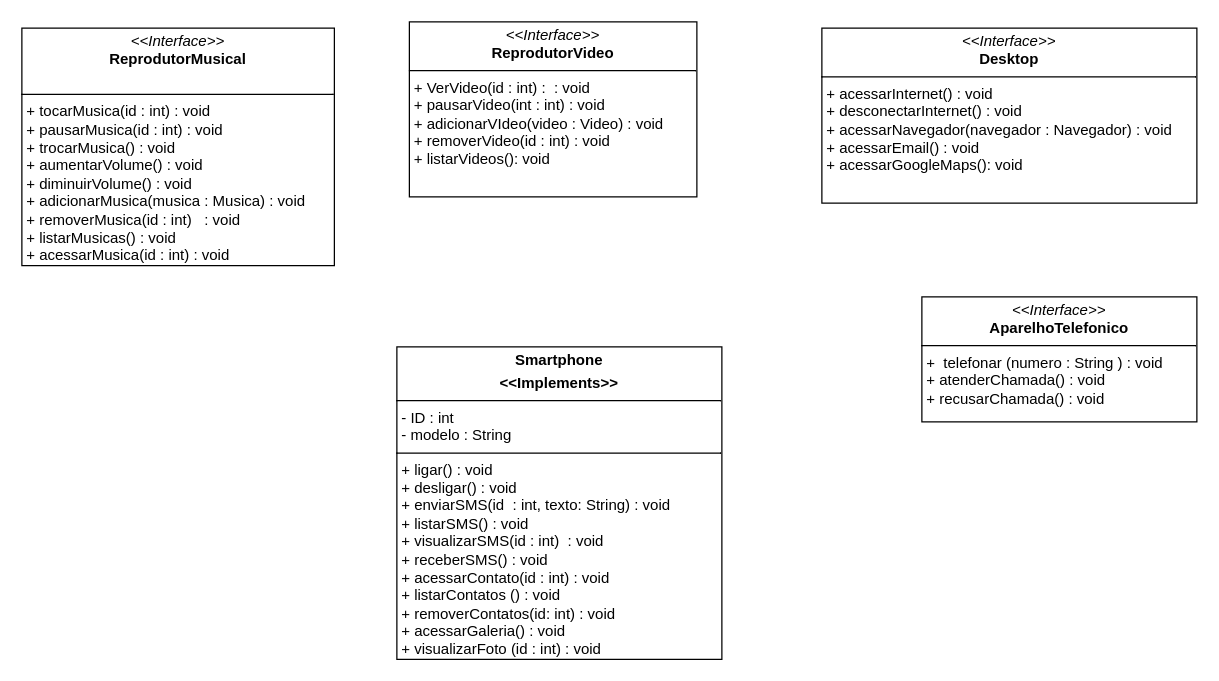
Natan-Ferreira23/treinos-diagramas keeps this draw.io diagram as Diagrama sem nome.drawio. Above is the earlier version. Source tidied: cells renumbered, new cells numbered last; positions are measured from the earlier drawing's top-left corner, leaving out a move shared by most shapes. Both pictures are drawn from the tidied source at 125%, with x=0, y=0 at pixel (21, 21).
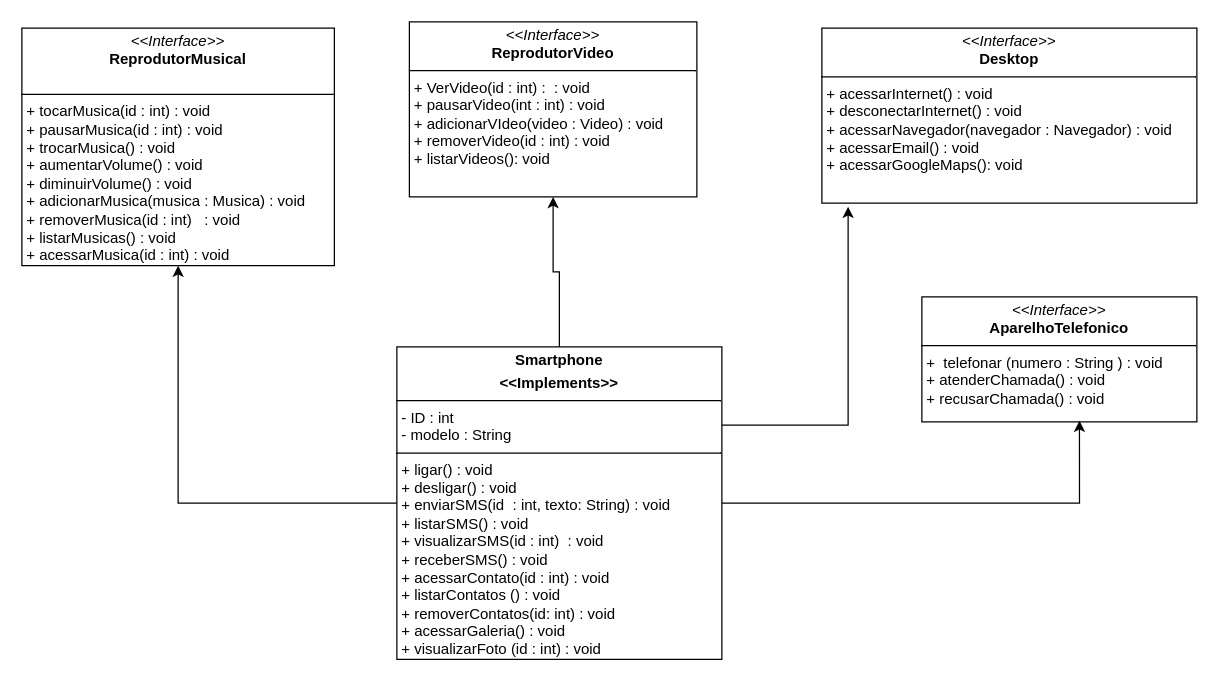
The same diagram, later.

The edit, as a diff of the source:
```diff
@@
 <mxGraphModel>
   <root>
     <mxCell id="0" />
     <mxCell id="1" parent="0" />
+    <mxCell id="7" style="edgeStyle=orthogonalEdgeStyle;rounded=0;jettySize=auto;html=1;exitX=0;exitY=0.5;exitDx=0;exitDy=0;" parent="1" edge="1" source="2" target="3">
+      <mxGeometry relative="1" as="geometry" />
+    </mxCell>
+    <mxCell id="8" style="edgeStyle=orthogonalEdgeStyle;rounded=0;jettySize=auto;html=1;exitX=0.5;exitY=0;exitDx=0;exitDy=0;entryX=0.5;entryY=1;entryDx=0;entryDy=0;" parent="1" edge="1" source="2" target="5">
+      <mxGeometry relative="1" as="geometry" />
+    </mxCell>
     <mxCell id="2" value="&lt;p style=&quot;margin:0px;margin-top:4px;text-align:center;&quot;&gt;&lt;b&gt;Smartphone&lt;/b&gt;&lt;/p&gt;&lt;p style=&quot;margin:0px;margin-top:4px;text-align:center;&quot;&gt;&lt;b&gt;&amp;lt;&amp;lt;Implements&amp;gt;&amp;gt;&lt;/b&gt;&lt;/p&gt;&lt;hr size=&quot;1&quot; style=&quot;border-style:solid;&quot;&gt;&lt;p style=&quot;margin:0px;margin-left:4px;&quot;&gt;- ID : int&lt;/p&gt;&lt;p style=&quot;margin:0px;margin-left:4px;&quot;&gt;&lt;span style=&quot;background-color: transparent; color: light-dark(rgb(0, 0, 0), rgb(255, 255, 255));&quot;&gt;- modelo : String&lt;/span&gt;&lt;/p&gt;&lt;hr size=&quot;1&quot; style=&quot;border-style:solid;&quot;&gt;&lt;p style=&quot;margin:0px;margin-left:4px;&quot;&gt;+ ligar() : void&lt;/p&gt;&lt;p style=&quot;margin:0px;margin-left:4px;&quot;&gt;+ desligar() : void&lt;/p&gt;&lt;p style=&quot;margin: 0px 0px 0px 4px;&quot;&gt;&lt;span style=&quot;background-color: transparent; color: light-dark(rgb(0, 0, 0), rgb(255, 255, 255));&quot;&gt;+ enviarSMS(id&amp;nbsp; : int, texto: String) : void&amp;nbsp;&lt;/span&gt;&lt;/p&gt;&lt;p style=&quot;margin: 0px 0px 0px 4px;&quot;&gt;&lt;span style=&quot;background-color: transparent; color: light-dark(rgb(0, 0, 0), rgb(255, 255, 255));&quot;&gt;+ listarSMS() : void&lt;/span&gt;&lt;/p&gt;&lt;p style=&quot;margin: 0px 0px 0px 4px;&quot;&gt;&lt;span style=&quot;background-color: transparent; color: light-dark(rgb(0, 0, 0), rgb(255, 255, 255));&quot;&gt;+ visualizarSMS(id : int)&amp;nbsp; : void&lt;/span&gt;&lt;/p&gt;&lt;p style=&quot;margin: 0px 0px 0px 4px;&quot;&gt;&lt;span style=&quot;background-color: transparent; color: light-dark(rgb(0, 0, 0), rgb(255, 255, 255));&quot;&gt;+ receberSMS() : void&lt;/span&gt;&lt;/p&gt;&lt;p style=&quot;margin: 0px 0px 0px 4px;&quot;&gt;&lt;span style=&quot;background-color: transparent; color: light-dark(rgb(0, 0, 0), rgb(255, 255, 255));&quot;&gt;+ acessarContato(id : int) : void&amp;nbsp;&lt;/span&gt;&lt;/p&gt;&lt;p style=&quot;margin:0px;margin-left:4px;&quot;&gt;+ listarContatos () : void&lt;/p&gt;&lt;p style=&quot;margin:0px;margin-left:4px;&quot;&gt;+ removerContatos(id: int) : void&lt;/p&gt;&lt;p style=&quot;margin:0px;margin-left:4px;&quot;&gt;+ acessarGaleria() : void&lt;/p&gt;&lt;p style=&quot;margin:0px;margin-left:4px;&quot;&gt;+ visualizarFoto (id : int) : void&lt;/p&gt;" style="verticalAlign=top;align=left;overflow=fill;html=1;whiteSpace=wrap;" parent="1" vertex="1">
       <mxGeometry x="300" y="260" width="260" height="250" as="geometry" />
     </mxCell>
     <mxCell id="3" value="&lt;p style=&quot;margin:0px;margin-top:4px;text-align:center;&quot;&gt;&lt;i&gt;&amp;lt;&amp;lt;Interface&amp;gt;&amp;gt;&lt;/i&gt;&lt;br&gt;&lt;b&gt;ReprodutorMusical&lt;/b&gt;&lt;/p&gt;&lt;p style=&quot;margin:0px;margin-left:4px;&quot;&gt;&lt;br&gt;&lt;/p&gt;&lt;hr size=&quot;1&quot; style=&quot;border-style:solid;&quot;&gt;&lt;p style=&quot;margin:0px;margin-left:4px;&quot;&gt;+ tocarMusica(id : int) : void&lt;br&gt;+ pausarMusica(id : int) : void&lt;/p&gt;&lt;p style=&quot;margin:0px;margin-left:4px;&quot;&gt;+ trocarMusica() : void&lt;/p&gt;&lt;p style=&quot;margin:0px;margin-left:4px;&quot;&gt;+ aumentarVolume() : void&lt;/p&gt;&lt;p style=&quot;margin:0px;margin-left:4px;&quot;&gt;+ diminuirVolume() : void&lt;/p&gt;&lt;p style=&quot;margin:0px;margin-left:4px;&quot;&gt;+ adicionarMusica(musica : Musica) : void&lt;/p&gt;&lt;p style=&quot;margin:0px;margin-left:4px;&quot;&gt;+ removerMusica(id : int)&amp;nbsp; &amp;nbsp;: void&lt;/p&gt;&lt;p style=&quot;margin:0px;margin-left:4px;&quot;&gt;+ listarMusicas() : void&lt;/p&gt;&lt;p style=&quot;margin:0px;margin-left:4px;&quot;&gt;+ acessarMusica(id : int) : void&lt;/p&gt;" style="verticalAlign=top;align=left;overflow=fill;html=1;whiteSpace=wrap;" parent="1" vertex="1">
       <mxGeometry y="5" width="250" height="190" as="geometry" />
     </mxCell>
     <mxCell id="4" value="&lt;p style=&quot;margin:0px;margin-top:4px;text-align:center;&quot;&gt;&lt;i&gt;&amp;lt;&amp;lt;Interface&amp;gt;&amp;gt;&lt;/i&gt;&lt;br&gt;&lt;b&gt;AparelhoTelefonico&lt;/b&gt;&lt;/p&gt;&lt;hr size=&quot;1&quot; style=&quot;border-style:solid;&quot;&gt;&lt;p style=&quot;margin:0px;margin-left:4px;&quot;&gt;&lt;/p&gt;&lt;p style=&quot;margin:0px;margin-left:4px;&quot;&gt;&lt;span style=&quot;background-color: transparent; color: light-dark(rgb(0, 0, 0), rgb(255, 255, 255));&quot;&gt;+&amp;nbsp; telefonar (numero : String ) : void&lt;/span&gt;&lt;br&gt;&lt;/p&gt;&lt;p style=&quot;margin:0px;margin-left:4px;&quot;&gt;&lt;span style=&quot;background-color: transparent; color: light-dark(rgb(0, 0, 0), rgb(255, 255, 255));&quot;&gt;+ atenderChamada() : void&lt;/span&gt;&lt;/p&gt;&lt;p style=&quot;margin:0px;margin-left:4px;&quot;&gt;&lt;span style=&quot;background-color: transparent; color: light-dark(rgb(0, 0, 0), rgb(255, 255, 255));&quot;&gt;+ recusarChamada() : void&lt;/span&gt;&lt;/p&gt;&lt;p style=&quot;margin:0px;margin-left:4px;&quot;&gt;&lt;br&gt;&lt;/p&gt;&lt;p style=&quot;margin:0px;margin-left:4px;&quot;&gt;&lt;br&gt;&lt;/p&gt;" style="verticalAlign=top;align=left;overflow=fill;html=1;whiteSpace=wrap;" parent="1" vertex="1">
       <mxGeometry x="720" y="220" width="220" height="100" as="geometry" />
     </mxCell>
     <mxCell id="5" value="&lt;p style=&quot;margin:0px;margin-top:4px;text-align:center;&quot;&gt;&lt;i&gt;&amp;lt;&amp;lt;Interface&amp;gt;&amp;gt;&lt;/i&gt;&lt;br&gt;&lt;b&gt;ReprodutorVideo&lt;/b&gt;&lt;/p&gt;&lt;hr size=&quot;1&quot; style=&quot;border-style:solid;&quot;&gt;&lt;p style=&quot;margin:0px;margin-left:4px;&quot;&gt;+ VerVideo(id : int) :&amp;nbsp; : void&lt;/p&gt;&lt;p style=&quot;margin:0px;margin-left:4px;&quot;&gt;+ pausarVideo(int : int) : void&lt;br&gt;+ adicionarVIdeo(video : Video) : void&lt;/p&gt;&lt;p style=&quot;margin:0px;margin-left:4px;&quot;&gt;+ removerVideo(id : int) : void&lt;/p&gt;&lt;p style=&quot;margin:0px;margin-left:4px;&quot;&gt;+ listarVideos(): void&lt;/p&gt;" style="verticalAlign=top;align=left;overflow=fill;html=1;whiteSpace=wrap;" parent="1" vertex="1">
       <mxGeometry x="310" width="230" height="140" as="geometry" />
     </mxCell>
     <mxCell id="6" value="&lt;p style=&quot;margin:0px;margin-top:4px;text-align:center;&quot;&gt;&lt;i&gt;&amp;lt;&amp;lt;Interface&amp;gt;&amp;gt;&lt;/i&gt;&lt;br&gt;&lt;b&gt;Desktop&lt;/b&gt;&lt;/p&gt;&lt;hr size=&quot;1&quot; style=&quot;border-style:solid;&quot;&gt;&lt;p style=&quot;margin:0px;margin-left:4px;&quot;&gt;+ acessarInternet() : void&lt;/p&gt;&lt;p style=&quot;margin:0px;margin-left:4px;&quot;&gt;+ desconectarInternet() : void&lt;br&gt;+ acessarNavegador(navegador : Navegador) : void&lt;/p&gt;&lt;p style=&quot;margin:0px;margin-left:4px;&quot;&gt;+ acessarEmail() : void&lt;/p&gt;&lt;p style=&quot;margin:0px;margin-left:4px;&quot;&gt;+ acessarGoogleMaps(): void&lt;/p&gt;" style="verticalAlign=top;align=left;overflow=fill;html=1;whiteSpace=wrap;" parent="1" vertex="1">
       <mxGeometry x="640" y="5" width="300" height="140" as="geometry" />
     </mxCell>
+    <mxCell id="9" style="edgeStyle=orthogonalEdgeStyle;rounded=0;jettySize=auto;html=1;entryX=0.573;entryY=0.99;entryDx=0;entryDy=0;entryPerimeter=0;" parent="1" edge="1" source="2" target="4">
+      <mxGeometry relative="1" as="geometry" />
+    </mxCell>
+    <mxCell id="10" style="edgeStyle=orthogonalEdgeStyle;rounded=0;jettySize=auto;html=1;exitX=1;exitY=0.25;exitDx=0;exitDy=0;entryX=0.07;entryY=1.021;entryDx=0;entryDy=0;entryPerimeter=0;" parent="1" edge="1" source="2" target="6">
+      <mxGeometry relative="1" as="geometry" />
+    </mxCell>
   </root>
 </mxGraphModel>
```
